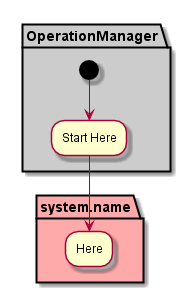
Before: docs/Actors/Operations-Manager/Activity.png, a diagram exported from PlantUML (CAADE/ADC).
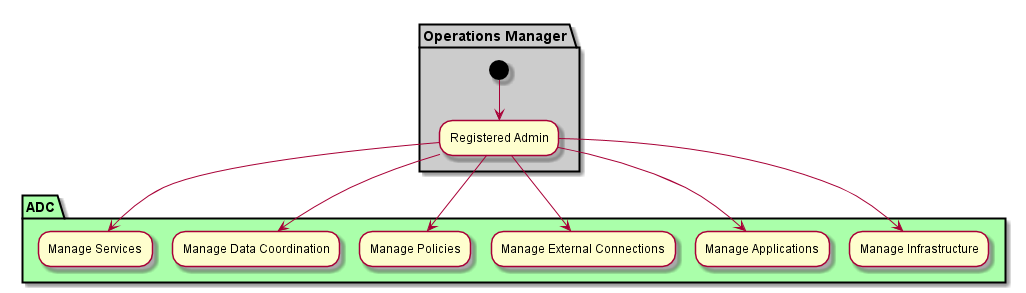
After the commit.

What changed in the source:
```diff
@@ -1,12 +1,17 @@
 @startuml
 
 
-partition "OperationManager"  #cccccc {
-  (*) --> "Start Here"
+partition "Operations Manager"  #cccccc {
+  (*) --> "Registered Admin"
 }
 
-partition "system.name" #ffaaaa {
-  "Start Here" --> "Here"
+partition "ADC" #aaffaa {
+  "Registered Admin" --> "Manage Infrastructure"
+  "Registered Admin" --> "Manage Applications"
+  "Registered Admin" --> "Manage External Connections"
+  "Registered Admin" --> "Manage Policies"
+  "Registered Admin" --> "Manage Data Coordination"
+  "Registered Admin" --> "Manage Services"
 }
 
 @enduml
```
